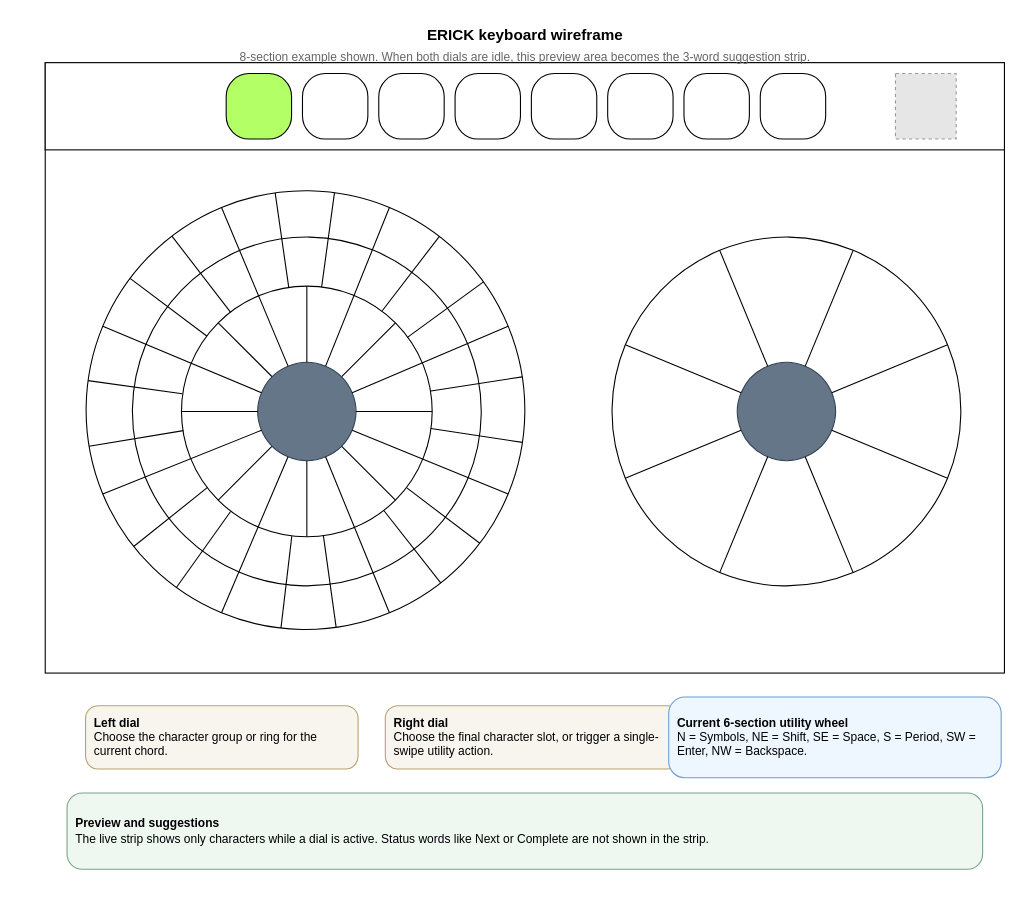
Before: docs/documentation/joystick_wireframe.drawio in vatsalunadkat/ERICKeyboard, a draw.io diagram. Source tidied: cells renumbered, new cells numbered last; positions are measured from the earlier drawing's top-left corner, leaving out a move shared by most shapes. Both pictures are drawn from the tidied source at 109%, with x=0, y=0 at pixel (45, 19). Pictures stored in the file or linked from it are replaced by grey dashed boxes.
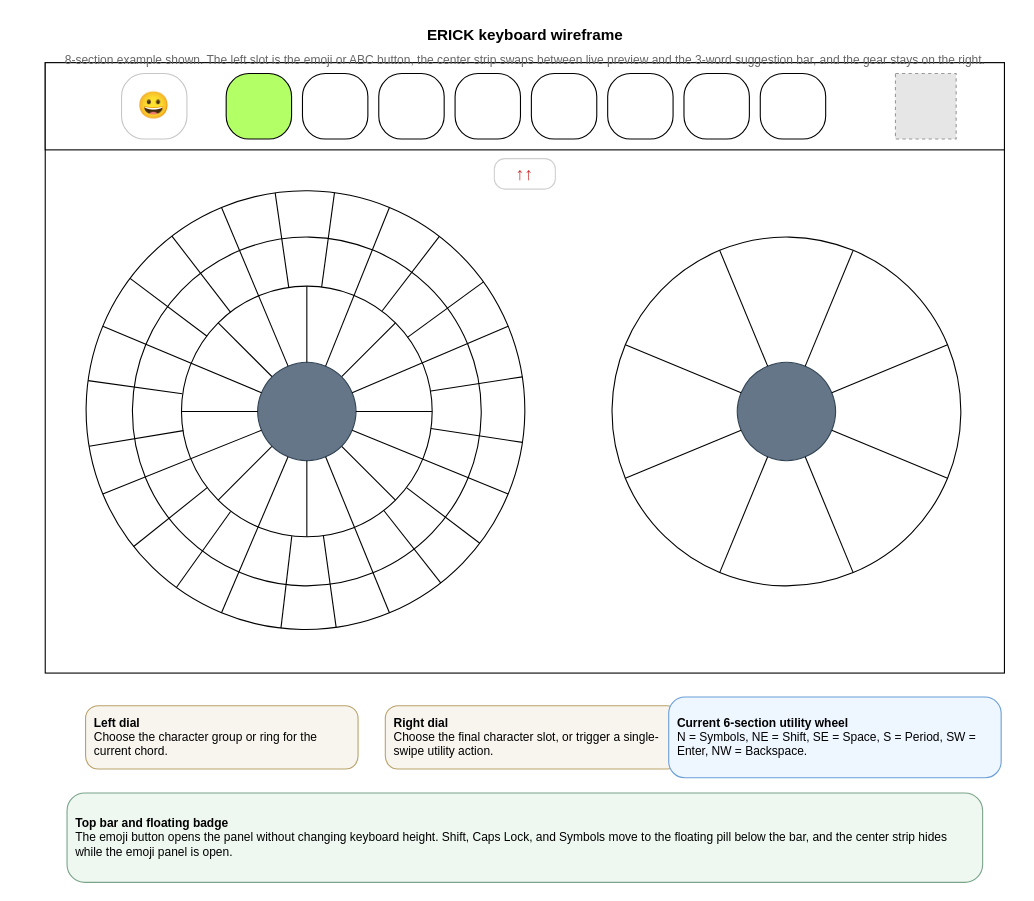
Above is the later version.

The edit, as a diff of the source:
```diff
@@
+    <mxCell id="63" value="😀" style="rounded=1;whiteSpace=wrap;html=1;arcSize=35;fillColor=#ffffff;strokeColor=#c6c6c6;fontSize=24;fontStyle=1;align=center;verticalAlign=middle;" parent="1" vertex="1">
+      <mxGeometry x="70" y="50" width="60" height="60" as="geometry" />
+    </mxCell>
@@
-    <mxCell id="58" value="8-section example shown. When both dials are idle, this preview area becomes the 3-word suggestion strip." style="text;html=1;align=center;verticalAlign=middle;strokeColor=none;fillColor=none;fontSize=11;fontColor=#666666;" parent="1" vertex="1">
-      <mxGeometry x="60" y="20" width="760" height="30" as="geometry" />
+    <mxCell id="58" value="8-section example shown. The left slot is the emoji or ABC button, the center strip swaps between live preview and the 3-word suggestion bar, and the gear stays on the right." style="text;html=1;align=center;verticalAlign=middle;strokeColor=none;fillColor=none;fontSize=11;fontColor=#666666;" parent="1" vertex="1">
+      <mxGeometry x="60" y="16" width="760" height="44" as="geometry" />
     </mxCell>
+    <mxCell id="64" value="↑↑" style="rounded=1;whiteSpace=wrap;html=1;arcSize=35;fillColor=#ffffff;strokeColor=#d0d0d0;fontSize=16;fontStyle=1;fontColor=#D32F2F;align=center;verticalAlign=middle;" parent="1" vertex="1">
+      <mxGeometry x="412" y="128" width="56" height="28" as="geometry" />
+    </mxCell>
@@
-    <mxCell id="62" value="&lt;b&gt;Preview and suggestions&lt;/b&gt;&lt;br&gt;The live strip shows only characters while a dial is active. Status words like Next or Complete are not shown in the strip." style="rounded=1;whiteSpace=wrap;html=1;arcSize=20;fillColor=#eef8f1;strokeColor=#7aa489;fontSize=11;align=left;verticalAlign=middle;spacing=8;" parent="1" vertex="1">
-      <mxGeometry x="20" y="710" width="840" height="70" as="geometry" />
+    <mxCell id="62" value="&lt;b&gt;Top bar and floating badge&lt;/b&gt;&lt;br&gt;The emoji button opens the panel without changing keyboard height. Shift, Caps Lock, and Symbols move to the floating pill below the bar, and the center strip hides while the emoji panel is open." style="rounded=1;whiteSpace=wrap;html=1;arcSize=20;fillColor=#eef8f1;strokeColor=#7aa489;fontSize=11;align=left;verticalAlign=middle;spacing=8;" parent="1" vertex="1">
+      <mxGeometry x="20" y="710" width="840" height="82" as="geometry" />
     </mxCell>
```
